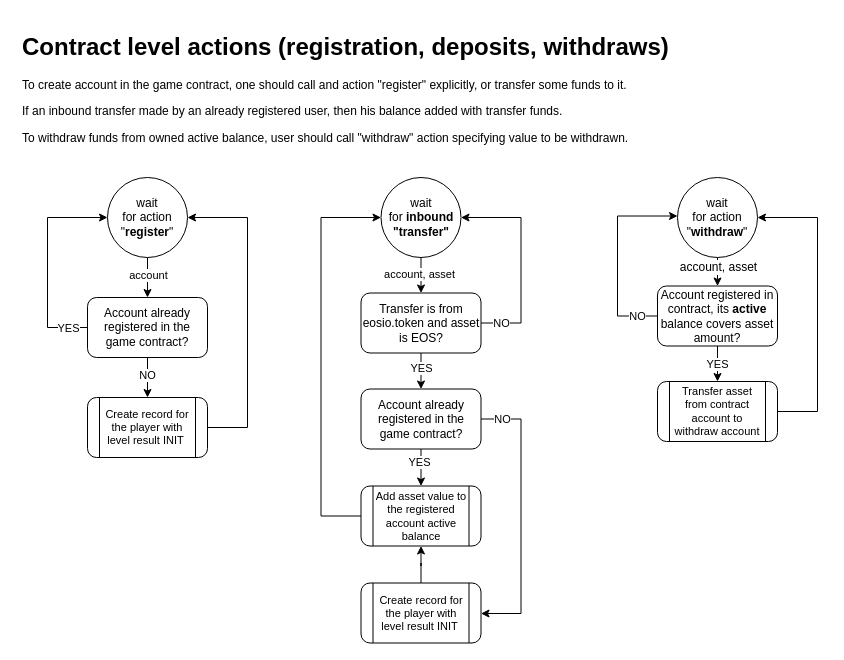
Earlier version of the draw.io diagram page "contract" (3 of 12) of ia/WOFFLER IA.drawio (cptn-solo/woffler_contract). Source tidied: cells renumbered, new cells numbered last; positions are measured from the earlier drawing's top-left corner, leaving out a move shared by most shapes. Both pictures are drawn from the tidied source at 100%, with x=0, y=0 at pixel (17, 27).
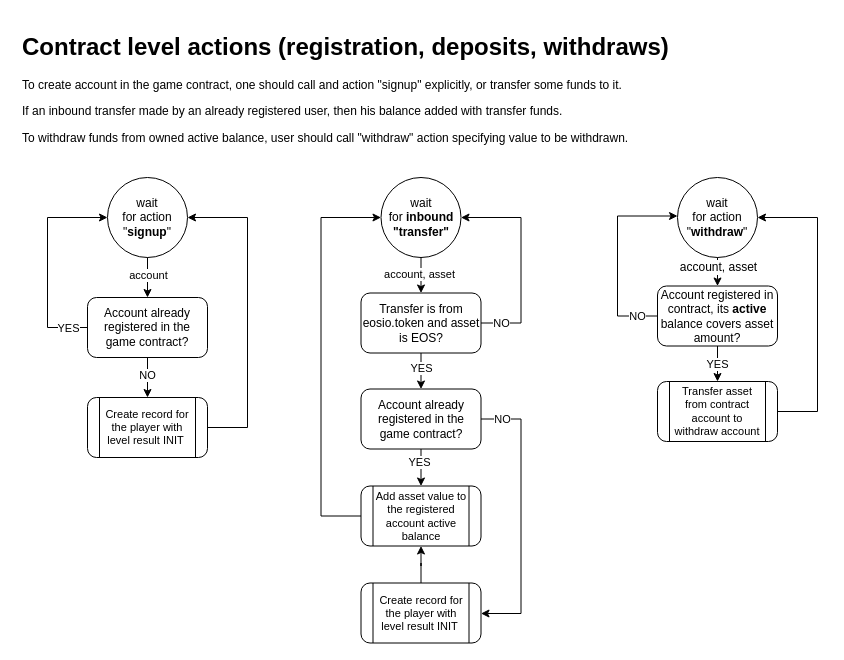
The same page after the edit.

What changed in the source:
```diff
@@
-    <mxCell id="13" value="wait &lt;br&gt;for action&lt;br&gt;&quot;&lt;b&gt;register&lt;/b&gt;&quot;" style="ellipse;whiteSpace=wrap;html=1;rounded=1;shadow=0;glass=0;strokeColor=#000000;fillColor=none;align=center;" parent="1" vertex="1">
+    <mxCell id="13" value="wait &lt;br&gt;for action&lt;br&gt;&quot;&lt;b&gt;signup&lt;/b&gt;&quot;" style="ellipse;whiteSpace=wrap;html=1;rounded=1;shadow=0;glass=0;strokeColor=#000000;fillColor=none;align=center;" parent="1" vertex="1">
       <mxGeometry x="90" y="150" width="80" height="80" as="geometry" />
     </mxCell>
@@
-    <mxCell id="35" value="&lt;h1&gt;Contract level actions (registration, deposits, withdraws)&lt;/h1&gt;&lt;p&gt;To create account in the game contract, one should call and action &quot;register&quot; explicitly, or transfer some funds to it.&lt;/p&gt;&lt;p&gt;If an inbound transfer made by an already registered user, then his balance added with transfer funds.&lt;/p&gt;&lt;p&gt;To withdraw funds from owned active balance, user should call &quot;withdraw&quot; action specifying value to be withdrawn.&lt;/p&gt;" style="text;html=1;strokeColor=none;fillColor=none;spacing=5;spacingTop=-20;whiteSpace=wrap;overflow=hidden;rounded=0;fontColor=#000000;labelBackgroundColor=none;" parent="1" vertex="1">
+    <mxCell id="35" value="&lt;h1&gt;Contract level actions (registration, deposits, withdraws)&lt;/h1&gt;&lt;p&gt;To create account in the game contract, one should call and action &quot;signup&quot; explicitly, or transfer some funds to it.&lt;/p&gt;&lt;p&gt;If an inbound transfer made by an already registered user, then his balance added with transfer funds.&lt;/p&gt;&lt;p&gt;To withdraw funds from owned active balance, user should call &quot;withdraw&quot; action specifying value to be withdrawn.&lt;/p&gt;" style="text;html=1;strokeColor=none;fillColor=none;spacing=5;spacingTop=-20;whiteSpace=wrap;overflow=hidden;rounded=0;fontColor=#000000;labelBackgroundColor=none;" parent="1" vertex="1">
       <mxGeometry width="810" height="140" as="geometry" />
     </mxCell>
```
